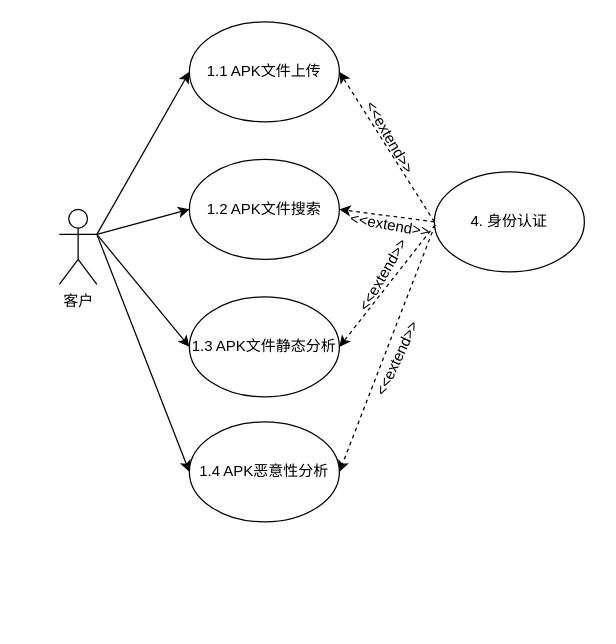
sunray42/diagrams keeps this draw.io diagram as 需求分析2.drawio. Above is the earlier version. Source tidied: cells renumbered, new cells numbered last; positions are measured from the earlier drawing's top-left corner, leaving out a move shared by most shapes. Both pictures are drawn from the tidied source at 125%, with x=0, y=0 at pixel (59, 21).
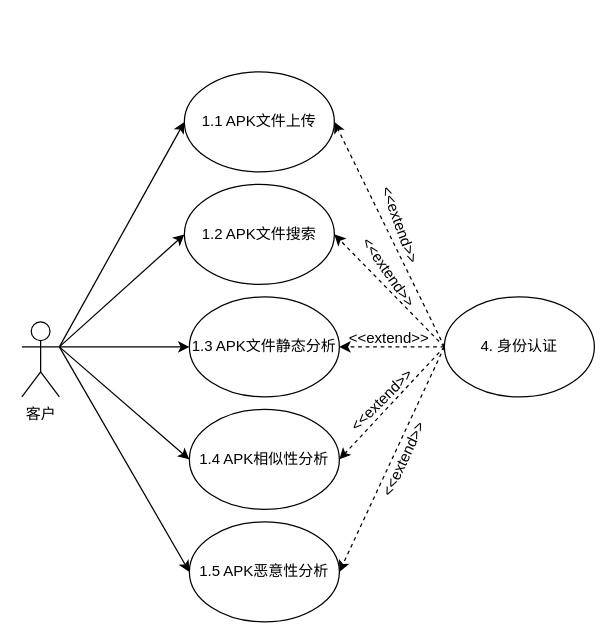
The same diagram, later.

Commit message:
更新需求分析2.drawio

The change refers to these unchanged cells:
```xml
<mxCell id="16" value="1.3 APK文件静态分析" style="ellipse;whiteSpace=wrap;html=1;" parent="1" vertex="1">
  <mxGeometry x="104" y="220" width="120" height="80" as="geometry" />
</mxCell>
```

Diff of the diagram source:
```diff
@@
+    <mxCell id="20" style="rounded=0;jettySize=auto;html=1;exitX=1;exitY=0.3333333333333333;exitDx=0;exitDy=0;exitPerimeter=0;entryX=0;entryY=0.5;entryDx=0;entryDy=0;" parent="1" edge="1" source="6" target="24">
+      <mxGeometry relative="1" as="geometry" />
+    </mxCell>
     <mxCell id="6" value="客户" style="shape=umlActor;verticalLabelPosition=bottom;verticalAlign=top;html=1;outlineConnect=0;" parent="1" vertex="1">
-      <mxGeometry y="150" width="30" height="60" as="geometry" />
+      <mxGeometry x="-30" y="240" width="30" height="60" as="geometry" />
     </mxCell>
     <mxCell id="7" value="1.1 APK文件上传" style="ellipse;whiteSpace=wrap;html=1;" parent="1" vertex="1">
-      <mxGeometry x="104" width="120" height="80" as="geometry" />
+      <mxGeometry x="100" y="40" width="120" height="80" as="geometry" />
     </mxCell>
     <mxCell id="8" value="1.2 APK文件搜索" style="ellipse;whiteSpace=wrap;html=1;" parent="1" vertex="1">
-      <mxGeometry x="104" y="110" width="120" height="80" as="geometry" />
+      <mxGeometry x="100" y="130" width="120" height="80" as="geometry" />
     </mxCell>
@@
+    <mxCell id="21" style="edgeStyle=orthogonalEdgeStyle;rounded=0;jettySize=auto;html=1;exitX=0;exitY=0.5;exitDx=0;exitDy=0;entryX=1;entryY=0.5;entryDx=0;entryDy=0;dashed=1;" parent="1" edge="1" source="11" target="16">
+      <mxGeometry relative="1" as="geometry" />
+    </mxCell>
+    <mxCell id="22" style="rounded=0;jettySize=auto;html=1;exitX=0;exitY=0.5;exitDx=0;exitDy=0;entryX=1;entryY=0.5;entryDx=0;entryDy=0;dashed=1;" parent="1" edge="1" source="11" target="24">
+      <mxGeometry relative="1" as="geometry" />
+    </mxCell>
+    <mxCell id="23" style="rounded=0;jettySize=auto;html=1;exitX=0;exitY=0.5;exitDx=0;exitDy=0;entryX=1;entryY=0.5;entryDx=0;entryDy=0;dashed=1;" parent="1" edge="1" source="11" target="18">
+      <mxGeometry relative="1" as="geometry" />
+    </mxCell>
     <mxCell id="11" value="4. 身份认证" style="ellipse;whiteSpace=wrap;html=1;" parent="1" vertex="1">
-      <mxGeometry x="300" y="120" width="120" height="80" as="geometry" />
+      <mxGeometry x="308" y="220" width="120" height="80" as="geometry" />
     </mxCell>
-    <mxCell id="12" value="&amp;lt;&amp;lt;extend&amp;gt;&amp;gt;" style="text;html=1;strokeColor=none;fillColor=none;align=center;verticalAlign=middle;whiteSpace=wrap;rounded=0;rotation=60;" parent="1" vertex="1">
-      <mxGeometry x="230" y="80" width="70" height="25" as="geometry" />
+    <mxCell id="12" value="&amp;lt;&amp;lt;extend&amp;gt;&amp;gt;" style="text;html=1;strokeColor=none;fillColor=none;align=center;verticalAlign=middle;whiteSpace=wrap;rounded=0;rotation=70;" parent="1" vertex="1">
+      <mxGeometry x="238" y="150" width="70" height="25" as="geometry" />
     </mxCell>
-    <mxCell id="13" style="rounded=0;jettySize=auto;html=1;exitX=1;exitY=0.25;exitDx=0;exitDy=0;entryX=1;entryY=0.5;entryDx=0;entryDy=0;dashed=1;" parent="1" edge="1" source="15" target="16">
-      <mxGeometry relative="1" as="geometry" />
-    </mxCell>
-    <mxCell id="14" style="rounded=0;jettySize=auto;html=1;exitX=1;exitY=0.25;exitDx=0;exitDy=0;entryX=1;entryY=0.5;entryDx=0;entryDy=0;dashed=1;" parent="1" edge="1" source="15" target="18">
-      <mxGeometry relative="1" as="geometry" />
-    </mxCell>
-    <mxCell id="15" value="&amp;lt;&amp;lt;extend&amp;gt;&amp;gt;" style="text;html=1;strokeColor=none;fillColor=none;align=center;verticalAlign=middle;whiteSpace=wrap;rounded=0;rotation=10;" parent="1" vertex="1">
-      <mxGeometry x="230" y="150" width="70" height="25" as="geometry" />
+    <mxCell id="15" value="&amp;lt;&amp;lt;extend&amp;gt;&amp;gt;" style="text;html=1;strokeColor=none;fillColor=none;align=center;verticalAlign=middle;whiteSpace=wrap;rounded=0;rotation=55;" parent="1" vertex="1">
+      <mxGeometry x="229" y="188" width="70" height="25" as="geometry" />
     </mxCell>
@@
-    <mxCell id="17" value="&amp;lt;&amp;lt;extend&amp;gt;&amp;gt;" style="text;html=1;strokeColor=none;fillColor=none;align=center;verticalAlign=middle;whiteSpace=wrap;rounded=0;rotation=-60;" parent="1" vertex="1">
-      <mxGeometry x="224" y="190" width="70" height="25" as="geometry" />
+    <mxCell id="17" value="&amp;lt;&amp;lt;extend&amp;gt;&amp;gt;" style="text;html=1;strokeColor=none;fillColor=none;align=center;verticalAlign=middle;whiteSpace=wrap;rounded=0;rotation=0;" parent="1" vertex="1">
+      <mxGeometry x="229" y="240" width="70" height="25" as="geometry" />
     </mxCell>
-    <mxCell id="18" value="1.4 APK恶意性分析" style="ellipse;whiteSpace=wrap;html=1;" parent="1" vertex="1">
-      <mxGeometry x="104" y="320" width="120" height="80" as="geometry" />
+    <mxCell id="18" value="1.5 APK恶意性分析" style="ellipse;whiteSpace=wrap;html=1;" parent="1" vertex="1">
+      <mxGeometry x="104" y="400" width="120" height="80" as="geometry" />
     </mxCell>
     <mxCell id="19" value="&amp;lt;&amp;lt;extend&amp;gt;&amp;gt;" style="text;html=1;strokeColor=none;fillColor=none;align=center;verticalAlign=middle;whiteSpace=wrap;rounded=0;rotation=-65;" parent="1" vertex="1">
-      <mxGeometry x="232.5" y="257.4" width="76" height="25" as="geometry" />
+      <mxGeometry x="238" y="337.5" width="76" height="25" as="geometry" />
     </mxCell>
+    <mxCell id="24" value="1.4 APK相似性分析" style="ellipse;whiteSpace=wrap;html=1;" parent="1" vertex="1">
+      <mxGeometry x="104" y="310" width="120" height="80" as="geometry" />
+    </mxCell>
+    <mxCell id="25" value="&amp;lt;&amp;lt;extend&amp;gt;&amp;gt;" style="text;html=1;strokeColor=none;fillColor=none;align=center;verticalAlign=middle;whiteSpace=wrap;rounded=0;rotation=-45;" parent="1" vertex="1">
+      <mxGeometry x="220" y="290" width="76" height="25" as="geometry" />
+    </mxCell>
```
